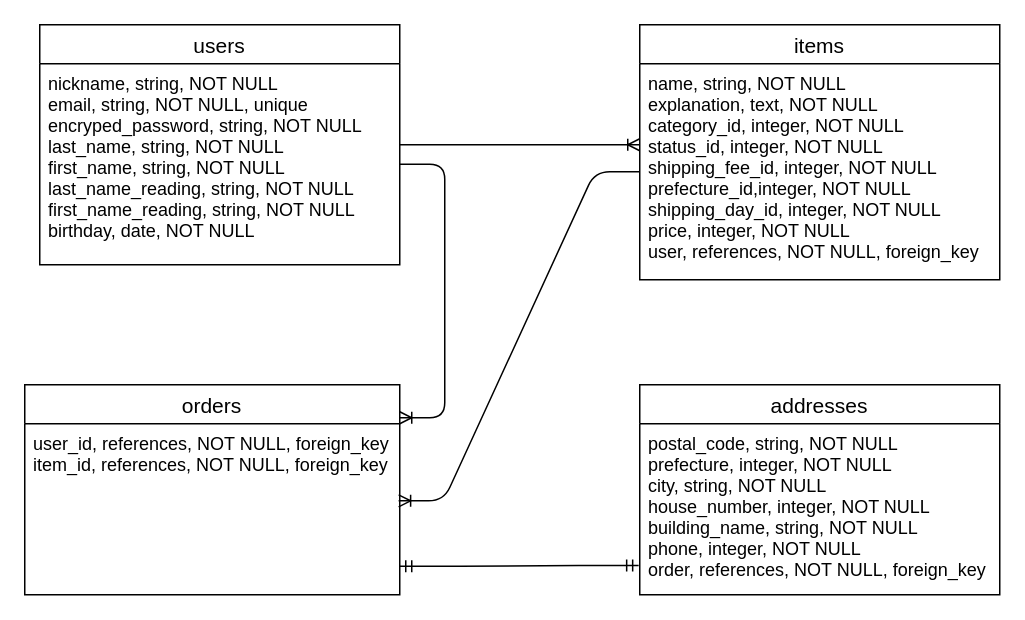
Earlier version of the draw.io diagram furima.dio (Katy-May10/furima-41600). Source tidied: cells renumbered, new cells numbered last; positions are measured from the earlier drawing's top-left corner, leaving out a move shared by most shapes. Both pictures are drawn from the tidied source at 150%, with x=0, y=0 at pixel (24, 24).
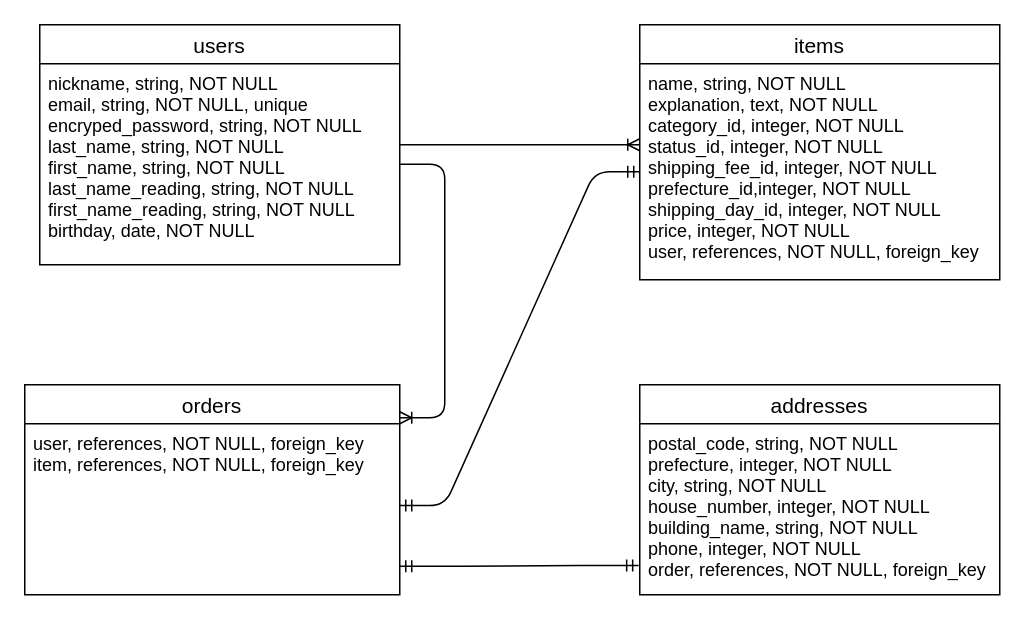
The same page after the edit.

Commit message (it also covers changes not shown here):
データベース設計

The edit, as a diff of the source:
```diff
@@
 <mxGraphModel>
   <root>
     <mxCell id="0" />
     <mxCell id="1" parent="0" />
     <mxCell id="2" value="users" style="swimlane;fontStyle=0;horizontal=1;startSize=26;align=center;fontSize=14;" parent="1" vertex="1">
       <mxGeometry x="10" width="240" height="160" as="geometry" />
     </mxCell>
     <mxCell id="3" value="nickname, string, NOT NULL&#10;email, string, NOT NULL, unique&#10;encryped_password, string, NOT NULL&#10;last_name, string, NOT NULL&#10;first_name, string, NOT NULL&#10;last_name_reading, string, NOT NULL&#10;first_name_reading, string, NOT NULL&#10;birthday, date, NOT NULL" style="text;strokeColor=none;fillColor=none;spacingLeft=4;spacingRight=4;overflow=hidden;points=[[0,0.5],[1,0.5]];portConstraint=eastwest;fontSize=12;" parent="2" vertex="1">
       <mxGeometry y="26" width="240" height="134" as="geometry" />
     </mxCell>
     <mxCell id="4" value="items" style="swimlane;fontStyle=0;horizontal=1;startSize=26;align=center;fontSize=14;" parent="1" vertex="1">
       <mxGeometry x="410" width="240" height="170" as="geometry" />
     </mxCell>
     <mxCell id="5" value="name, string, NOT NULL&#10;explanation, text, NOT NULL&#10;category_id, integer, NOT NULL&#10;status_id, integer, NOT NULL&#10;shipping_fee_id, integer, NOT NULL&#10;prefecture_id,integer, NOT NULL&#10;shipping_day_id, integer, NOT NULL&#10;price, integer, NOT NULL&#10;user, references, NOT NULL, foreign_key" style="text;strokeColor=none;fillColor=none;spacingLeft=4;spacingRight=4;overflow=hidden;points=[[0,0.5],[1,0.5]];portConstraint=eastwest;fontSize=12;" parent="4" vertex="1">
       <mxGeometry y="26" width="240" height="144" as="geometry" />
     </mxCell>
     <mxCell id="6" style="edgeStyle=none;html=1;entryX=0.486;entryY=1;entryDx=0;entryDy=0;entryPerimeter=0;" parent="4" edge="1" source="4" target="5">
       <mxGeometry relative="1" as="geometry" />
     </mxCell>
     <mxCell id="7" value="orders" style="swimlane;fontStyle=0;horizontal=1;startSize=26;align=center;fontSize=14;" parent="1" vertex="1">
       <mxGeometry y="240" width="250" height="140" as="geometry" />
     </mxCell>
-    <mxCell id="8" value="user_id, references, NOT NULL, foreign_key&#10;item_id, references, NOT NULL, foreign_key " style="text;strokeColor=none;fillColor=none;spacingLeft=4;spacingRight=4;overflow=hidden;points=[[0,0.5],[1,0.5]];portConstraint=eastwest;fontSize=12;" parent="7" vertex="1">
+    <mxCell id="8" value="user, references, NOT NULL, foreign_key&#10;item, references, NOT NULL, foreign_key " style="text;strokeColor=none;fillColor=none;spacingLeft=4;spacingRight=4;overflow=hidden;points=[[0,0.5],[1,0.5]];portConstraint=eastwest;fontSize=12;" parent="7" vertex="1">
       <mxGeometry y="26" width="250" height="114" as="geometry" />
     </mxCell>
     <mxCell id="9" style="edgeStyle=entityRelationEdgeStyle;fontSize=12;html=1;endArrow=ERoneToMany;" parent="1" edge="1">
       <mxGeometry relative="1" as="geometry">
         <mxPoint x="250" y="80" as="sourcePoint" />
         <mxPoint x="410" y="80" as="targetPoint" />
       </mxGeometry>
     </mxCell>
     <mxCell id="10" style="edgeStyle=entityRelationEdgeStyle;fontSize=12;html=1;endArrow=ERoneToMany;entryX=1;entryY=0.157;entryDx=0;entryDy=0;entryPerimeter=0;" parent="1" edge="1" source="3" target="7">
       <mxGeometry relative="1" as="geometry" />
     </mxCell>
     <mxCell id="11" value="addresses" style="swimlane;fontStyle=0;horizontal=1;startSize=26;align=center;fontSize=14;" parent="1" vertex="1">
       <mxGeometry x="410" y="240" width="240" height="140" as="geometry" />
     </mxCell>
     <mxCell id="12" value="postal_code, string, NOT NULL&#10;prefecture, integer, NOT NULL&#10;city, string, NOT NULL&#10;house_number, integer, NOT NULL&#10;building_name, string, NOT NULL&#10;phone, integer, NOT NULL&#10;order, references, NOT NULL, foreign_key" style="text;strokeColor=none;fillColor=none;spacingLeft=4;spacingRight=4;overflow=hidden;points=[[0,0.5],[1,0.5]];portConstraint=eastwest;fontSize=12;" parent="11" vertex="1">
       <mxGeometry y="26" width="240" height="114" as="geometry" />
     </mxCell>
     <mxCell id="13" style="edgeStyle=entityRelationEdgeStyle;fontSize=12;html=1;endArrow=ERmandOne;startArrow=ERmandOne;entryX=-0.003;entryY=0.829;entryDx=0;entryDy=0;entryPerimeter=0;" parent="1" edge="1" target="12">
       <mxGeometry relative="1" as="geometry">
         <mxPoint x="250" y="361" as="sourcePoint" />
       </mxGeometry>
     </mxCell>
-    <mxCell id="14" style="edgeStyle=entityRelationEdgeStyle;fontSize=12;html=1;endArrow=ERoneToMany;entryX=0.997;entryY=0.451;entryDx=0;entryDy=0;entryPerimeter=0;" parent="1" edge="1" source="5" target="8">
-      <mxGeometry relative="1" as="geometry" />
-    </mxCell>
+    <mxCell id="15" style="edgeStyle=entityRelationEdgeStyle;fontSize=12;html=1;endArrow=ERmandOne;startArrow=ERmandOne;entryX=0;entryY=0.5;entryDx=0;entryDy=0;" parent="1" edge="1" target="5">
+      <mxGeometry relative="1" as="geometry">
+        <mxPoint x="250" y="320.5" as="sourcePoint" />
+      </mxGeometry>
+    </mxCell>
   </root>
 </mxGraphModel>
```
